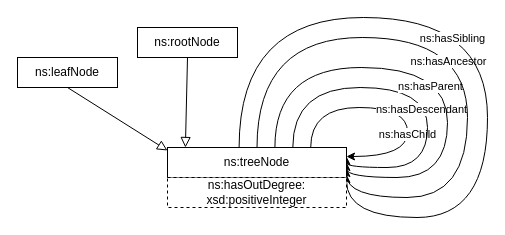
Before: MODL Library Simplified/treeSimplified.drawio in nd-crane/Drawio-experiments, a draw.io diagram. Source tidied: cells renumbered, new cells numbered last; positions are measured from the earlier drawing's top-left corner, leaving out a move shared by most shapes. Both pictures are drawn from the tidied source at 100%, with x=0, y=0 at pixel (17, 17).
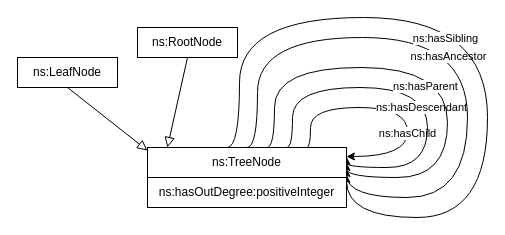
The same page after the edit.

Commit message (it also covers changes not shown here):
building simplified library

Diff of the diagram source:
```diff
@@
-    <mxCell id="2" style="endArrow=block;html=1;fontColor=#000099;endFill=0;entryX=0;entryY=0.1;entryDx=0;entryDy=0;endSize=8;arcSize=0;exitX=0.5;exitY=1;exitDx=0;exitDy=0;" parent="1" edge="1" source="3" target="16">
+    <mxCell id="2" style="endArrow=block;html=1;fontColor=#000099;endFill=0;entryX=0;entryY=0.1;entryDx=0;entryDy=0;endSize=8;arcSize=0;exitX=0.5;exitY=1;exitDx=0;exitDy=0;" parent="1" edge="1" source="3" target="19">
       <mxGeometry relative="1" as="geometry" />
     </mxCell>
-    <mxCell id="3" value="ns:leafNode" style="rounded=0;whiteSpace=wrap;html=1;snapToPoint=1;points=[[0.1,0],[0.2,0],[0.3,0],[0.4,0],[0.5,0],[0.6,0],[0.7,0],[0.8,0],[0.9,0],[0,0.1],[0,0.3],[0,0.5],[0,0.7],[0,0.9],[0.1,1],[0.2,1],[0.3,1],[0.4,1],[0.5,1],[0.6,1],[0.7,1],[0.8,1],[0.9,1],[1,0.1],[1,0.3],[1,0.5],[1,0.7],[1,0.9]];" parent="1" vertex="1">
+    <mxCell id="3" value="ns:LeafNode" style="rounded=0;whiteSpace=wrap;html=1;snapToPoint=1;points=[[0.1,0],[0.2,0],[0.3,0],[0.4,0],[0.5,0],[0.6,0],[0.7,0],[0.8,0],[0.9,0],[0,0.1],[0,0.3],[0,0.5],[0,0.7],[0,0.9],[0.1,1],[0.2,1],[0.3,1],[0.4,1],[0.5,1],[0.6,1],[0.7,1],[0.8,1],[0.9,1],[1,0.1],[1,0.3],[1,0.5],[1,0.7],[1,0.9]];" parent="1" vertex="1">
       <mxGeometry y="40" width="100" height="30" as="geometry" />
     </mxCell>
-    <mxCell id="4" style="endArrow=block;html=1;fontColor=#000099;exitX=0.5;exitY=1;exitDx=0;exitDy=0;endFill=0;entryX=0.1;entryY=0;entryDx=0;entryDy=0;endSize=8;arcSize=0;" parent="1" edge="1" source="5" target="16">
+    <mxCell id="4" style="endArrow=block;html=1;fontColor=#000099;exitX=0.5;exitY=1;exitDx=0;exitDy=0;endFill=0;entryX=0.1;entryY=0;entryDx=0;entryDy=0;endSize=8;arcSize=0;" parent="1" edge="1" source="5" target="19">
       <mxGeometry relative="1" as="geometry" />
     </mxCell>
-    <mxCell id="5" value="ns:rootNode" style="rounded=0;whiteSpace=wrap;html=1;snapToPoint=1;points=[[0.1,0],[0.2,0],[0.3,0],[0.4,0],[0.5,0],[0.6,0],[0.7,0],[0.8,0],[0.9,0],[0,0.1],[0,0.3],[0,0.5],[0,0.7],[0,0.9],[0.1,1],[0.2,1],[0.3,1],[0.4,1],[0.5,1],[0.6,1],[0.7,1],[0.8,1],[0.9,1],[1,0.1],[1,0.3],[1,0.5],[1,0.7],[1,0.9]];" parent="1" vertex="1">
+    <mxCell id="5" value="ns:RootNode" style="rounded=0;whiteSpace=wrap;html=1;snapToPoint=1;points=[[0.1,0],[0.2,0],[0.3,0],[0.4,0],[0.5,0],[0.6,0],[0.7,0],[0.8,0],[0.9,0],[0,0.1],[0,0.3],[0,0.5],[0,0.7],[0,0.9],[0.1,1],[0.2,1],[0.3,1],[0.4,1],[0.5,1],[0.6,1],[0.7,1],[0.8,1],[0.9,1],[1,0.1],[1,0.3],[1,0.5],[1,0.7],[1,0.9]];" parent="1" vertex="1">
       <mxGeometry x="120" y="10" width="100" height="30" as="geometry" />
     </mxCell>
-    <mxCell id="6" style="edgeStyle=orthogonalEdgeStyle;curved=1;html=1;exitX=0.8;exitY=0;exitDx=0;exitDy=0;entryX=1;entryY=0.3;entryDx=0;entryDy=0;" parent="1" edge="1" source="16" target="16">
+    <mxCell id="6" style="edgeStyle=orthogonalEdgeStyle;curved=1;html=1;exitX=0.8;exitY=0;exitDx=0;exitDy=0;entryX=1;entryY=0.3;entryDx=0;entryDy=0;" parent="1" edge="1" source="19" target="19">
       <mxGeometry relative="1" as="geometry">
         <Array as="points">
           <mxPoint x="293" y="90" />
           <mxPoint x="390" y="90" />
           <mxPoint x="390" y="139" />
         </Array>
       </mxGeometry>
     </mxCell>
@@
-    <mxCell id="8" style="edgeStyle=orthogonalEdgeStyle;curved=1;html=1;exitX=0.7;exitY=0;exitDx=0;exitDy=0;entryX=1;entryY=0.3;entryDx=0;entryDy=0;" parent="1" edge="1" source="16" target="16">
+    <mxCell id="8" style="edgeStyle=orthogonalEdgeStyle;curved=1;html=1;exitX=0.7;exitY=0;exitDx=0;exitDy=0;entryX=1;entryY=0.3;entryDx=0;entryDy=0;" parent="1" edge="1" source="19" target="19">
       <mxGeometry relative="1" as="geometry">
         <Array as="points">
           <mxPoint x="275" y="70" />
           <mxPoint x="410" y="70" />
           <mxPoint x="410" y="150" />
           <mxPoint x="329" y="150" />
         </Array>
       </mxGeometry>
     </mxCell>
@@
-    <mxCell id="10" style="edgeStyle=orthogonalEdgeStyle;curved=1;html=1;exitX=0.6;exitY=0;exitDx=0;exitDy=0;entryX=1;entryY=0.5;entryDx=0;entryDy=0;" parent="1" edge="1" source="16" target="16">
+    <mxCell id="10" style="edgeStyle=orthogonalEdgeStyle;curved=1;html=1;exitX=0.6;exitY=0;exitDx=0;exitDy=0;entryX=1;entryY=0.5;entryDx=0;entryDy=0;" parent="1" edge="1" source="19" target="19">
       <mxGeometry relative="1" as="geometry">
         <Array as="points">
           <mxPoint x="257" y="50" />
           <mxPoint x="430" y="50" />
           <mxPoint x="430" y="160" />
           <mxPoint x="329" y="160" />
         </Array>
       </mxGeometry>
     </mxCell>
@@
-    <mxCell id="12" style="edgeStyle=orthogonalEdgeStyle;curved=1;html=1;exitX=0.5;exitY=0;exitDx=0;exitDy=0;entryX=1;entryY=0.7;entryDx=0;entryDy=0;" parent="1" edge="1" source="16" target="16">
+    <mxCell id="12" style="edgeStyle=orthogonalEdgeStyle;curved=1;html=1;exitX=0.5;exitY=0;exitDx=0;exitDy=0;entryX=1;entryY=0.7;entryDx=0;entryDy=0;" parent="1" edge="1" source="19" target="19">
       <mxGeometry relative="1" as="geometry">
         <Array as="points">
           <mxPoint x="240" y="20" />
           <mxPoint x="450" y="20" />
           <mxPoint x="450" y="180" />
           <mxPoint x="329" y="180" />
         </Array>
       </mxGeometry>
     </mxCell>
@@
-    <mxCell id="14" style="edgeStyle=orthogonalEdgeStyle;curved=1;html=1;exitX=0.4;exitY=0;exitDx=0;exitDy=0;entryX=1;entryY=0.9;entryDx=0;entryDy=0;" parent="1" edge="1" source="16" target="16">
+    <mxCell id="14" style="edgeStyle=orthogonalEdgeStyle;curved=1;html=1;exitX=0.4;exitY=0;exitDx=0;exitDy=0;entryX=1;entryY=0.9;entryDx=0;entryDy=0;" parent="1" edge="1" source="19" target="19">
       <mxGeometry relative="1" as="geometry">
         <Array as="points">
           <mxPoint x="222" />
           <mxPoint x="470" />
           <mxPoint x="470" y="200" />
           <mxPoint x="329" y="200" />
         </Array>
       </mxGeometry>
     </mxCell>
@@
-    <mxCell id="16" value="ns:treeNode" style="rounded=0;whiteSpace=wrap;html=1;snapToPoint=1;points=[[0.1,0],[0.2,0],[0.3,0],[0.4,0],[0.5,0],[0.6,0],[0.7,0],[0.8,0],[0.9,0],[0,0.1],[0,0.3],[0,0.5],[0,0.7],[0,0.9],[0.1,1],[0.2,1],[0.3,1],[0.4,1],[0.5,1],[0.6,1],[0.7,1],[0.8,1],[0.9,1],[1,0.1],[1,0.3],[1,0.5],[1,0.7],[1,0.9]];" parent="1" vertex="1">
-      <mxGeometry x="150" y="130" width="179" height="30" as="geometry" />
-    </mxCell>
-    <mxCell id="17" value="ns:hasOutDegree: xsd:positiveInteger" style="rounded=0;whiteSpace=wrap;html=1;dashed=1;" parent="1" vertex="1">
-      <mxGeometry x="150" y="160" width="179" height="30" as="geometry" />
-    </mxCell>
+    <mxCell id="18" value="ns:hasOutDegree:positiveInteger" style="rounded=0;whiteSpace=wrap;html=1;" parent="1" vertex="1">
+      <mxGeometry x="130" y="160" width="199" height="30" as="geometry" />
+    </mxCell>
+    <mxCell id="19" value="ns:TreeNode" style="rounded=0;whiteSpace=wrap;html=1;snapToPoint=1;points=[[0.1,0],[0.2,0],[0.3,0],[0.4,0],[0.5,0],[0.6,0],[0.7,0],[0.8,0],[0.9,0],[0,0.1],[0,0.3],[0,0.5],[0,0.7],[0,0.9],[0.1,1],[0.2,1],[0.3,1],[0.4,1],[0.5,1],[0.6,1],[0.7,1],[0.8,1],[0.9,1],[1,0.1],[1,0.3],[1,0.5],[1,0.7],[1,0.9]];" parent="1" vertex="1">
+      <mxGeometry x="130" y="130" width="199" height="30" as="geometry" />
+    </mxCell>
```
